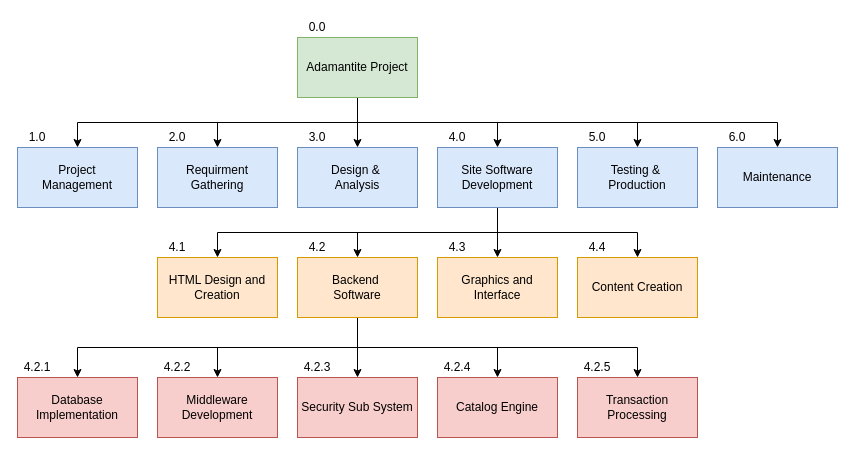
Earlier version of the draw.io diagram page "WBS Site Development" (2 of 2) of Untitled Diagram.drawio (milw0rm54/DiagramProject-GamesWeb). Source tidied: cells renumbered, new cells numbered last; positions are measured from the earlier drawing's top-left corner, leaving out a move shared by most shapes. Both pictures are drawn from the tidied source at 100%, with x=0, y=0 at pixel (17, 17).
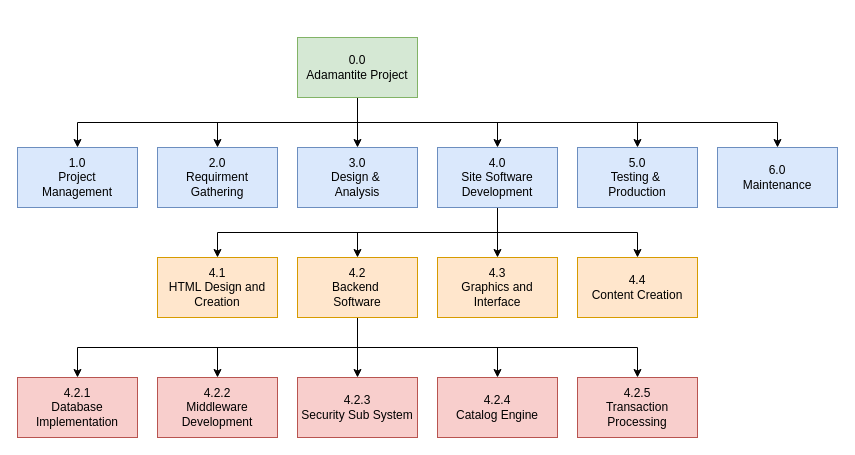
The same page after the edit.

Commit message:
Update-1.3.0 WBS Site Dev Diagram.drawio

Change to the diagram source:
```diff
@@
-    <mxCell id="8" value="Adamantite Project" style="rounded=0;whiteSpace=wrap;html=1;fillColor=#d5e8d4;strokeColor=#82b366;" parent="1" vertex="1">
+    <mxCell id="8" value="0.0&lt;br&gt;Adamantite Project" style="rounded=0;whiteSpace=wrap;html=1;fillColor=#d5e8d4;strokeColor=#82b366;" parent="1" vertex="1">
       <mxGeometry x="280" y="20" width="120" height="60" as="geometry" />
     </mxCell>
-    <mxCell id="9" value="Project &lt;br&gt;Management" style="rounded=0;whiteSpace=wrap;html=1;fillColor=#dae8fc;strokeColor=#6c8ebf;" parent="1" vertex="1">
+    <mxCell id="9" value="1.0&lt;br&gt;Project &lt;br&gt;Management" style="rounded=0;whiteSpace=wrap;html=1;fillColor=#dae8fc;strokeColor=#6c8ebf;" parent="1" vertex="1">
       <mxGeometry y="130" width="120" height="60" as="geometry" />
     </mxCell>
-    <mxCell id="10" value="Requirment&lt;br&gt;Gathering" style="rounded=0;whiteSpace=wrap;html=1;fillColor=#dae8fc;strokeColor=#6c8ebf;" parent="1" vertex="1">
+    <mxCell id="10" value="2.0&lt;br&gt;Requirment&lt;br&gt;Gathering" style="rounded=0;whiteSpace=wrap;html=1;fillColor=#dae8fc;strokeColor=#6c8ebf;" parent="1" vertex="1">
       <mxGeometry x="140" y="130" width="120" height="60" as="geometry" />
     </mxCell>
-    <mxCell id="11" value="Design &amp;amp;&amp;nbsp;&lt;br&gt;Analysis" style="rounded=0;whiteSpace=wrap;html=1;fillColor=#dae8fc;strokeColor=#6c8ebf;" parent="1" vertex="1">
+    <mxCell id="11" value="3.0&lt;br&gt;Design &amp;amp;&amp;nbsp;&lt;br&gt;Analysis" style="rounded=0;whiteSpace=wrap;html=1;fillColor=#dae8fc;strokeColor=#6c8ebf;" parent="1" vertex="1">
       <mxGeometry x="280" y="130" width="120" height="60" as="geometry" />
     </mxCell>
@@
-    <mxCell id="16" value="Site Software Development" style="rounded=0;whiteSpace=wrap;html=1;fillColor=#dae8fc;strokeColor=#6c8ebf;" parent="1" vertex="1">
+    <mxCell id="16" value="4.0&lt;br&gt;Site Software Development" style="rounded=0;whiteSpace=wrap;html=1;fillColor=#dae8fc;strokeColor=#6c8ebf;" parent="1" vertex="1">
       <mxGeometry x="420" y="130" width="120" height="60" as="geometry" />
     </mxCell>
-    <mxCell id="17" value="Testing &amp;amp;&amp;nbsp;&lt;br&gt;Production" style="rounded=0;whiteSpace=wrap;html=1;fillColor=#dae8fc;strokeColor=#6c8ebf;" parent="1" vertex="1">
+    <mxCell id="17" value="5.0&lt;br&gt;Testing &amp;amp;&amp;nbsp;&lt;br&gt;Production" style="rounded=0;whiteSpace=wrap;html=1;fillColor=#dae8fc;strokeColor=#6c8ebf;" parent="1" vertex="1">
       <mxGeometry x="560" y="130" width="120" height="60" as="geometry" />
     </mxCell>
-    <mxCell id="18" value="HTML Design and Creation" style="rounded=0;whiteSpace=wrap;html=1;fillColor=#ffe6cc;strokeColor=#d79b00;" parent="1" vertex="1">
+    <mxCell id="18" value="4.1&lt;br&gt;HTML Design and Creation" style="rounded=0;whiteSpace=wrap;html=1;fillColor=#ffe6cc;strokeColor=#d79b00;" parent="1" vertex="1">
       <mxGeometry x="140" y="240" width="120" height="60" as="geometry" />
     </mxCell>
@@
-    <mxCell id="24" value="Backend&amp;nbsp;&lt;br&gt;Software" style="rounded=0;whiteSpace=wrap;html=1;fillColor=#ffe6cc;strokeColor=#d79b00;" parent="1" vertex="1">
+    <mxCell id="24" value="4.2&lt;br&gt;Backend&amp;nbsp;&lt;br&gt;Software" style="rounded=0;whiteSpace=wrap;html=1;fillColor=#ffe6cc;strokeColor=#d79b00;" parent="1" vertex="1">
       <mxGeometry x="280" y="240" width="120" height="60" as="geometry" />
     </mxCell>
-    <mxCell id="25" value="Graphics and&lt;br&gt;Interface" style="rounded=0;whiteSpace=wrap;html=1;fillColor=#ffe6cc;strokeColor=#d79b00;" parent="1" vertex="1">
+    <mxCell id="25" value="4.3&lt;br&gt;Graphics and&lt;br&gt;Interface" style="rounded=0;whiteSpace=wrap;html=1;fillColor=#ffe6cc;strokeColor=#d79b00;" parent="1" vertex="1">
       <mxGeometry x="420" y="240" width="120" height="60" as="geometry" />
     </mxCell>
-    <mxCell id="26" value="Content Creation" style="rounded=0;whiteSpace=wrap;html=1;fillColor=#ffe6cc;strokeColor=#d79b00;" parent="1" vertex="1">
+    <mxCell id="26" value="4.4&lt;br&gt;Content Creation" style="rounded=0;whiteSpace=wrap;html=1;fillColor=#ffe6cc;strokeColor=#d79b00;" parent="1" vertex="1">
       <mxGeometry x="560" y="240" width="120" height="60" as="geometry" />
     </mxCell>
-    <mxCell id="27" value="Database Implementation" style="rounded=0;whiteSpace=wrap;html=1;fillColor=#f8cecc;strokeColor=#b85450;" parent="1" vertex="1">
+    <mxCell id="27" value="4.2.1&lt;br&gt;Database Implementation" style="rounded=0;whiteSpace=wrap;html=1;fillColor=#f8cecc;strokeColor=#b85450;" parent="1" vertex="1">
       <mxGeometry y="360" width="120" height="60" as="geometry" />
     </mxCell>
-    <mxCell id="28" value="Middleware Development" style="rounded=0;whiteSpace=wrap;html=1;fillColor=#f8cecc;strokeColor=#b85450;" parent="1" vertex="1">
+    <mxCell id="28" value="4.2.2&lt;br&gt;Middleware Development" style="rounded=0;whiteSpace=wrap;html=1;fillColor=#f8cecc;strokeColor=#b85450;" parent="1" vertex="1">
       <mxGeometry x="140" y="360" width="120" height="60" as="geometry" />
     </mxCell>
-    <mxCell id="29" value="Security Sub System" style="rounded=0;whiteSpace=wrap;html=1;fillColor=#f8cecc;strokeColor=#b85450;" parent="1" vertex="1">
+    <mxCell id="29" value="4.2.3&lt;br&gt;Security Sub System" style="rounded=0;whiteSpace=wrap;html=1;fillColor=#f8cecc;strokeColor=#b85450;" parent="1" vertex="1">
       <mxGeometry x="280" y="360" width="120" height="60" as="geometry" />
     </mxCell>
-    <mxCell id="30" value="Catalog Engine" style="rounded=0;whiteSpace=wrap;html=1;fillColor=#f8cecc;strokeColor=#b85450;" parent="1" vertex="1">
+    <mxCell id="30" value="4.2.4&lt;br&gt;Catalog Engine" style="rounded=0;whiteSpace=wrap;html=1;fillColor=#f8cecc;strokeColor=#b85450;" parent="1" vertex="1">
       <mxGeometry x="420" y="360" width="120" height="60" as="geometry" />
     </mxCell>
-    <mxCell id="31" value="Transaction Processing" style="rounded=0;whiteSpace=wrap;html=1;fillColor=#f8cecc;strokeColor=#b85450;" parent="1" vertex="1">
+    <mxCell id="31" value="4.2.5&lt;br&gt;Transaction Processing" style="rounded=0;whiteSpace=wrap;html=1;fillColor=#f8cecc;strokeColor=#b85450;" parent="1" vertex="1">
       <mxGeometry x="560" y="360" width="120" height="60" as="geometry" />
     </mxCell>
-    <mxCell id="32" value="0.0" style="text;html=1;strokeColor=none;fillColor=none;align=center;verticalAlign=middle;whiteSpace=wrap;rounded=0;" parent="1" vertex="1">
-      <mxGeometry x="280" width="40" height="20" as="geometry" />
-    </mxCell>
-    <mxCell id="33" value="1.0" style="text;html=1;strokeColor=none;fillColor=none;align=center;verticalAlign=middle;whiteSpace=wrap;rounded=0;" parent="1" vertex="1">
-      <mxGeometry y="110" width="40" height="20" as="geometry" />
-    </mxCell>
-    <mxCell id="34" value="2.0" style="text;html=1;strokeColor=none;fillColor=none;align=center;verticalAlign=middle;whiteSpace=wrap;rounded=0;" parent="1" vertex="1">
-      <mxGeometry x="140" y="110" width="40" height="20" as="geometry" />
-    </mxCell>
-    <mxCell id="35" value="3.0" style="text;html=1;strokeColor=none;fillColor=none;align=center;verticalAlign=middle;whiteSpace=wrap;rounded=0;" parent="1" vertex="1">
-      <mxGeometry x="280" y="110" width="40" height="20" as="geometry" />
-    </mxCell>
-    <mxCell id="36" value="4.0" style="text;html=1;strokeColor=none;fillColor=none;align=center;verticalAlign=middle;whiteSpace=wrap;rounded=0;" parent="1" vertex="1">
-      <mxGeometry x="420" y="110" width="40" height="20" as="geometry" />
-    </mxCell>
-    <mxCell id="37" value="5.0" style="text;html=1;strokeColor=none;fillColor=none;align=center;verticalAlign=middle;whiteSpace=wrap;rounded=0;" parent="1" vertex="1">
-      <mxGeometry x="560" y="110" width="40" height="20" as="geometry" />
-    </mxCell>
-    <mxCell id="38" value="4.1" style="text;html=1;strokeColor=none;fillColor=none;align=center;verticalAlign=middle;whiteSpace=wrap;rounded=0;" parent="1" vertex="1">
-      <mxGeometry x="140" y="220" width="40" height="20" as="geometry" />
-    </mxCell>
-    <mxCell id="39" value="4.2" style="text;html=1;strokeColor=none;fillColor=none;align=center;verticalAlign=middle;whiteSpace=wrap;rounded=0;" parent="1" vertex="1">
-      <mxGeometry x="280" y="220" width="40" height="20" as="geometry" />
-    </mxCell>
-    <mxCell id="40" value="4.3" style="text;html=1;strokeColor=none;fillColor=none;align=center;verticalAlign=middle;whiteSpace=wrap;rounded=0;" parent="1" vertex="1">
-      <mxGeometry x="420" y="220" width="40" height="20" as="geometry" />
-    </mxCell>
-    <mxCell id="41" value="4.4" style="text;html=1;strokeColor=none;fillColor=none;align=center;verticalAlign=middle;whiteSpace=wrap;rounded=0;" parent="1" vertex="1">
-      <mxGeometry x="560" y="220" width="40" height="20" as="geometry" />
-    </mxCell>
-    <mxCell id="42" value="4.2.1" style="text;html=1;strokeColor=none;fillColor=none;align=center;verticalAlign=middle;whiteSpace=wrap;rounded=0;" parent="1" vertex="1">
-      <mxGeometry y="340" width="40" height="20" as="geometry" />
-    </mxCell>
-    <mxCell id="43" value="4.2.2" style="text;html=1;strokeColor=none;fillColor=none;align=center;verticalAlign=middle;whiteSpace=wrap;rounded=0;" parent="1" vertex="1">
-      <mxGeometry x="140" y="340" width="40" height="20" as="geometry" />
-    </mxCell>
-    <mxCell id="44" value="4.2.3" style="text;html=1;strokeColor=none;fillColor=none;align=center;verticalAlign=middle;whiteSpace=wrap;rounded=0;" parent="1" vertex="1">
-      <mxGeometry x="280" y="340" width="40" height="20" as="geometry" />
-    </mxCell>
-    <mxCell id="45" value="4.2.4" style="text;html=1;strokeColor=none;fillColor=none;align=center;verticalAlign=middle;whiteSpace=wrap;rounded=0;" parent="1" vertex="1">
-      <mxGeometry x="420" y="340" width="40" height="20" as="geometry" />
-    </mxCell>
-    <mxCell id="46" value="4.2.5" style="text;html=1;strokeColor=none;fillColor=none;align=center;verticalAlign=middle;whiteSpace=wrap;rounded=0;" parent="1" vertex="1">
-      <mxGeometry x="560" y="340" width="40" height="20" as="geometry" />
-    </mxCell>
-    <mxCell id="47" value="Maintenance" style="rounded=0;whiteSpace=wrap;html=1;fillColor=#dae8fc;strokeColor=#6c8ebf;" parent="1" vertex="1">
+    <mxCell id="47" value="6.0&lt;br&gt;Maintenance" style="rounded=0;whiteSpace=wrap;html=1;fillColor=#dae8fc;strokeColor=#6c8ebf;" parent="1" vertex="1">
       <mxGeometry x="700" y="130" width="120" height="60" as="geometry" />
     </mxCell>
-    <mxCell id="48" value="6.0" style="text;html=1;strokeColor=none;fillColor=none;align=center;verticalAlign=middle;whiteSpace=wrap;rounded=0;" parent="1" vertex="1">
-      <mxGeometry x="700" y="110" width="40" height="20" as="geometry" />
-    </mxCell>
```
